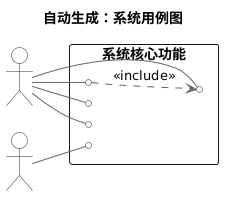
Above: output/library_UML/library_usecase.png in Sunday17/UML-LLM (PlantUML), before the change. Its diagram source:
```plantuml
@startuml
title 自动生成：系统用例图
left to right direction

skinparam packageStyle rectangle
skinparam nodesep 15
skinparam ranksep 40
skinparam usecase {
    BackgroundColor #F9F9F9
    BorderColor #333333
    ArrowColor #666666
}
skinparam actor {
    BackgroundColor #FAFAFA
    BorderColor #333333
}


actor "师生"

actor "管理员"

rectangle "系统核心功能" {

    usecase "借阅图书"

    usecase "检索图书"

    usecase "管理图书"

    usecase "归还图书"

    usecase "查询借阅记录"

}


"师生" -- "检索图书"

"师生" -- "借阅图书"

"师生" -- "归还图书"

"师生" -- "查询借阅记录"



"管理员" -- "管理图书"





"借阅图书" ..> "检索图书" : <<include>>
@enduml
```
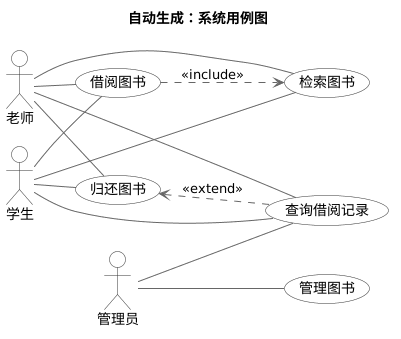
The same diagram one commit later.

Diff of the diagram source:
```diff
@@ -16,40 +16,56 @@
 }
 
 
-actor "师生"
+actor "学生"
+
+actor "老师"
 
 actor "管理员"
 
-rectangle "系统核心功能" {
 
-    usecase "借阅图书"
+usecase "管理图书"
 
-    usecase "检索图书"
+usecase "借阅图书"
 
-    usecase "管理图书"
+usecase "检索图书"
 
-    usecase "归还图书"
+usecase "归还图书"
 
-    usecase "查询借阅记录"
-
-}
+usecase "查询借阅记录"
 
 
-"师生" -- "检索图书"
 
-"师生" -- "借阅图书"
+"学生" -- "检索图书"
 
-"师生" -- "归还图书"
+"学生" -- "借阅图书"
 
-"师生" -- "查询借阅记录"
+"学生" -- "归还图书"
+
+"学生" -- "查询借阅记录"
 
 
+
+"老师" -- "检索图书"
+
+"老师" -- "借阅图书"
+
+"老师" -- "归还图书"
+
+"老师" -- "查询借阅记录"
+
+
+
+"管理员" -- "查询借阅记录"
 
 "管理员" -- "管理图书"
 
 
 
 
+"借阅图书" ..> "检索图书" : <<include>>
 
-"借阅图书" ..> "检索图书" : <<include>>
+
+
+
+"归还图书" <.. "查询借阅记录" : <<extend>>
 @enduml
```
